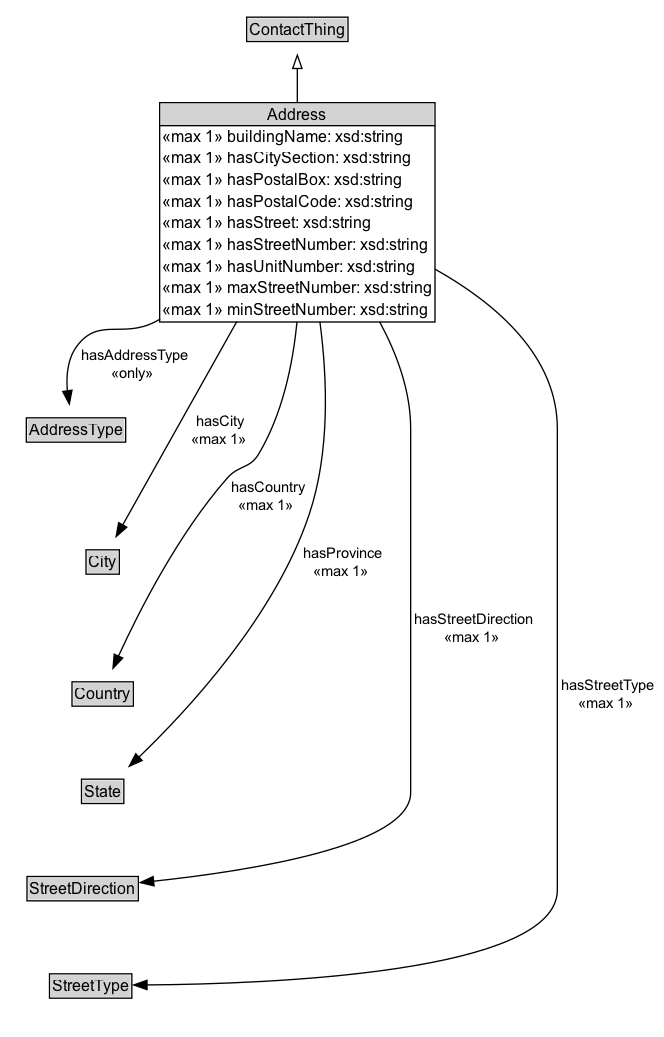
The Graphviz diagram docs/diagrams/Address.dot.png in ISO-TC204/ontology-cdm-p2-v1, before a commit. Its source is kept beside it as docs/diagrams/Address.dot.
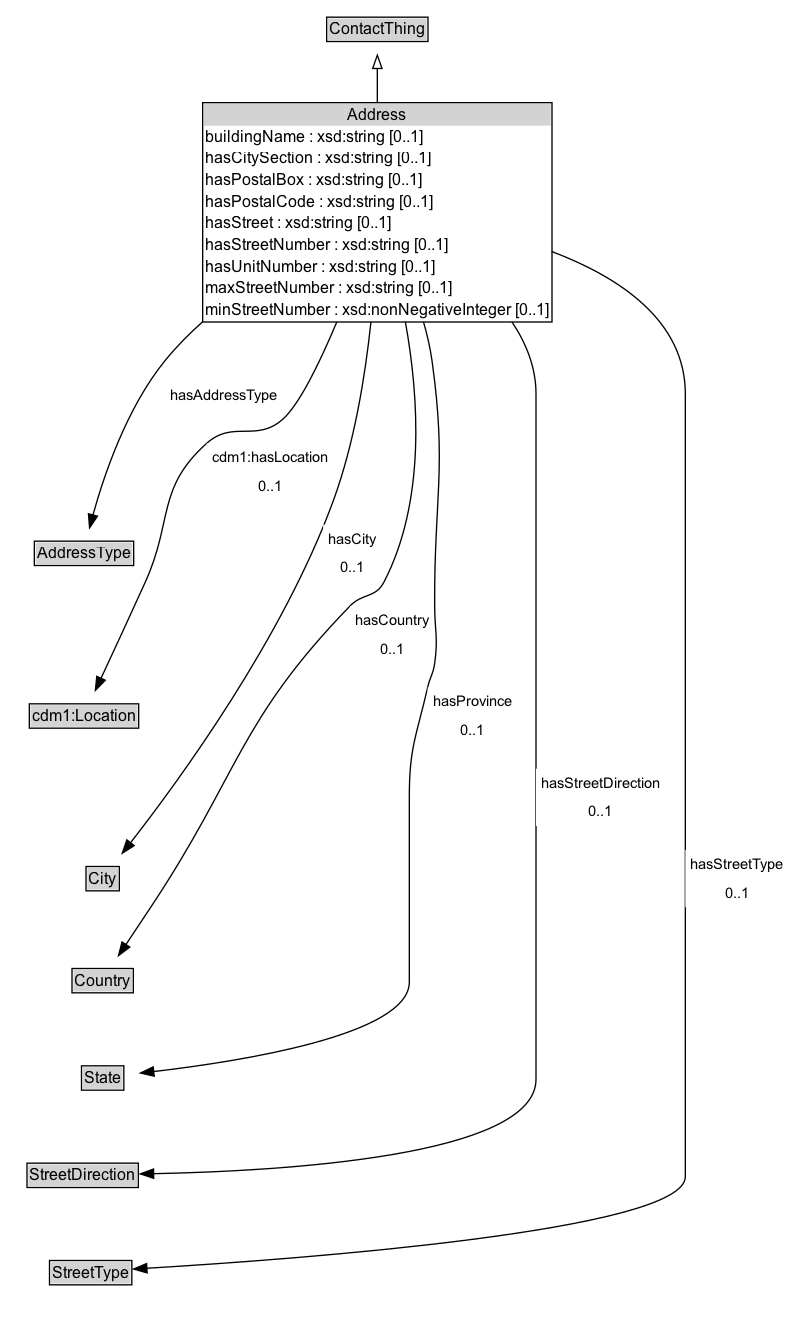
After the change.

Change to the diagram source:
```diff
@@ -3,38 +3,45 @@
 	node [fontname=Arial fontsize=12 margin=0 shape=none]
 	edge [fontname=Arial fontsize=11]
 	{
+		rank=source
+		ContactThing [label=<<TABLE BORDER="1" CELLBORDER="0" CELLSPACING="0" CELLPADDING="1"><TR><TD BGCOLOR="lightgray" ALIGN="CENTER">ContactThing</TD></TR></TABLE>> URL="../ContactThing" margin=0]
+	}
+	Address [label=<<TABLE BORDER="1" CELLBORDER="0" CELLSPACING="0" CELLPADDING="1"><TR><TD BGCOLOR="lightgray" ALIGN="CENTER">Address</TD></TR><TR><TD ALIGN="LEFT">buildingName : xsd:string [0..1]</TD></TR><TR><TD ALIGN="LEFT">hasCitySection : xsd:string [0..1]</TD></TR><TR><TD ALIGN="LEFT">hasPostalBox : xsd:string [0..1]</TD></TR><TR><TD ALIGN="LEFT">hasPostalCode : xsd:string [0..1]</TD></TR><TR><TD ALIGN="LEFT">hasStreet : xsd:string [0..1]</TD></TR><TR><TD ALIGN="LEFT">hasStreetNumber : xsd:string [0..1]</TD></TR><TR><TD ALIGN="LEFT">hasUnitNumber : xsd:string [0..1]</TD></TR><TR><TD ALIGN="LEFT">maxStreetNumber : xsd:string [0..1]</TD></TR><TR><TD ALIGN="LEFT">minStreetNumber : xsd:nonNegativeInteger [0..1]</TD></TR></TABLE>> URL="../Address" margin=0]
+	{
 		rank=max
-		Address [label=<<TABLE BORDER="1" CELLBORDER="0" CELLSPACING="0" CELLPADDING="1"><TR><TD BGCOLOR="lightgray" ALIGN="CENTER" PORT="e">Address</TD></TR><HR/><TR><TD ALIGN="LEFT">«max 1» buildingName: xsd:string</TD></TR><TR><TD ALIGN="LEFT">«max 1» hasCitySection: xsd:string</TD></TR><TR><TD ALIGN="LEFT">«max 1» hasPostalBox: xsd:string</TD></TR><TR><TD ALIGN="LEFT">«max 1» hasPostalCode: xsd:string</TD></TR><TR><TD ALIGN="LEFT">«max 1» hasStreet: xsd:string</TD></TR><TR><TD ALIGN="LEFT">«max 1» hasStreetNumber: xsd:string</TD></TR><TR><TD ALIGN="LEFT">«max 1» hasUnitNumber: xsd:string</TD></TR><TR><TD ALIGN="LEFT">«max 1» maxStreetNumber: xsd:string</TD></TR><TR><TD ALIGN="LEFT">«max 1» minStreetNumber: xsd:string</TD></TR></TABLE>> URL="../Address.md" margin=0]
 	}
 	subgraph cluster_associated {
 		label="" style=invis
 		Invis [label=<<TABLE BORDER="0" CELLBORDER="0" CELLSPACING="0" CELLPADDING="1"><TR><TD></TD></TR></TABLE>> margin=0 style=invis]
-		AddressType [label=<<TABLE BORDER="1" CELLBORDER="0" CELLSPACING="0" CELLPADDING="1"><TR><TD BGCOLOR="lightgray" ALIGN="CENTER">AddressType</TD></TR></TABLE>> URL="../AddressType.md" margin=0]
-		City [label=<<TABLE BORDER="1" CELLBORDER="0" CELLSPACING="0" CELLPADDING="1"><TR><TD BGCOLOR="lightgray" ALIGN="CENTER">City</TD></TR></TABLE>> URL="../City.md" margin=0]
-		Country [label=<<TABLE BORDER="1" CELLBORDER="0" CELLSPACING="0" CELLPADDING="1"><TR><TD BGCOLOR="lightgray" ALIGN="CENTER">Country</TD></TR></TABLE>> URL="../Country.md" margin=0]
-		State [label=<<TABLE BORDER="1" CELLBORDER="0" CELLSPACING="0" CELLPADDING="1"><TR><TD BGCOLOR="lightgray" ALIGN="CENTER">State</TD></TR></TABLE>> URL="../State.md" margin=0]
-		StreetDirection [label=<<TABLE BORDER="1" CELLBORDER="0" CELLSPACING="0" CELLPADDING="1"><TR><TD BGCOLOR="lightgray" ALIGN="CENTER">StreetDirection</TD></TR></TABLE>> URL="../StreetDirection.md" margin=0]
-		StreetType [label=<<TABLE BORDER="1" CELLBORDER="0" CELLSPACING="0" CELLPADDING="1"><TR><TD BGCOLOR="lightgray" ALIGN="CENTER">StreetType</TD></TR></TABLE>> URL="../StreetType.md" margin=0]
+		AddressType [label=<<TABLE BORDER="1" CELLBORDER="0" CELLSPACING="0" CELLPADDING="1"><TR><TD BGCOLOR="lightgray" ALIGN="CENTER">AddressType</TD></TR></TABLE>> URL="../AddressType" margin=0]
+		cdm1_Location [label=<<TABLE BORDER="1" CELLBORDER="0" CELLSPACING="0" CELLPADDING="1"><TR><TD BGCOLOR="lightgray" ALIGN="CENTER">cdm1:Location</TD></TR></TABLE>> URL="https://w3id.org/citydata/part1/v1/Location" margin=0]
+		City [label=<<TABLE BORDER="1" CELLBORDER="0" CELLSPACING="0" CELLPADDING="1"><TR><TD BGCOLOR="lightgray" ALIGN="CENTER">City</TD></TR></TABLE>> URL="../City" margin=0]
+		Country [label=<<TABLE BORDER="1" CELLBORDER="0" CELLSPACING="0" CELLPADDING="1"><TR><TD BGCOLOR="lightgray" ALIGN="CENTER">Country</TD></TR></TABLE>> URL="../Country" margin=0]
+		State [label=<<TABLE BORDER="1" CELLBORDER="0" CELLSPACING="0" CELLPADDING="1"><TR><TD BGCOLOR="lightgray" ALIGN="CENTER">State</TD></TR></TABLE>> URL="../State" margin=0]
+		StreetDirection [label=<<TABLE BORDER="1" CELLBORDER="0" CELLSPACING="0" CELLPADDING="1"><TR><TD BGCOLOR="lightgray" ALIGN="CENTER">StreetDirection</TD></TR></TABLE>> URL="../StreetDirection" margin=0]
+		StreetType [label=<<TABLE BORDER="1" CELLBORDER="0" CELLSPACING="0" CELLPADDING="1"><TR><TD BGCOLOR="lightgray" ALIGN="CENTER">StreetType</TD></TR></TABLE>> URL="../StreetType" margin=0]
 	}
-	ContactThing [label=<<TABLE BORDER="1" CELLBORDER="0" CELLSPACING="0" CELLPADDING="1"><TR><TD BGCOLOR="lightgray" ALIGN="CENTER">ContactThing</TD></TR></TABLE>> URL="../ContactThing.md" margin=0]
 	Address -> ContactThing [arrowhead=onormal style=solid]
 	Address -> Invis [style=invis]
 	Invis -> AddressType [style=invis]
-	AddressType -> City [style=invis]
+	AddressType -> cdm1_Location [style=invis]
+	cdm1_Location -> City [style=invis]
 	City -> Country [style=invis]
 	Country -> State [style=invis]
 	State -> StreetDirection [style=invis]
 	StreetDirection -> StreetType [style=invis]
-	Address -> AddressType [label=" hasAddressType
- «only»  " arrowhead=normal style=solid]
-	Address -> City [label=" hasCity
- «max 1»  " arrowhead=normal style=solid]
-	Address -> Country [label=" hasCountry
- «max 1»  " arrowhead=normal style=solid]
-	Address -> State [label=" hasProvince
- «max 1»  " arrowhead=normal style=solid]
-	Address -> StreetDirection [label=" hasStreetDirection
- «max 1»  " arrowhead=normal style=solid]
-	Address -> StreetType [label=" hasStreetType
- «max 1»  " arrowhead=normal style=solid]
+	City [label=<<TABLE BORDER="1" CELLBORDER="0" CELLSPACING="0" CELLPADDING="1"><TR><TD BGCOLOR="lightgray" ALIGN="CENTER">City</TD></TR></TABLE>> URL="../City" margin=0]
+	Address -> City [label=<<TABLE BORDER="0" CELLBORDER="0" CELLSPACING="0" CELLPADDING="4" BGCOLOR="white"><TR><TD ALIGN="CENTER">hasCity</TD></TR><TR><TD ALIGN="CENTER">0..1</TD></TR></TABLE>> arrowhead=normal style=solid]
+	AddressType [label=<<TABLE BORDER="1" CELLBORDER="0" CELLSPACING="0" CELLPADDING="1"><TR><TD BGCOLOR="lightgray" ALIGN="CENTER">AddressType</TD></TR></TABLE>> URL="../AddressType" margin=0]
+	Address -> AddressType [label=<<TABLE BORDER="0" CELLBORDER="0" CELLSPACING="0" CELLPADDING="4" BGCOLOR="white"><TR><TD ALIGN="CENTER">hasAddressType</TD></TR></TABLE>> arrowhead=normal style=solid]
+	StreetType [label=<<TABLE BORDER="1" CELLBORDER="0" CELLSPACING="0" CELLPADDING="1"><TR><TD BGCOLOR="lightgray" ALIGN="CENTER">StreetType</TD></TR></TABLE>> URL="../StreetType" margin=0]
+	Address -> StreetType [label=<<TABLE BORDER="0" CELLBORDER="0" CELLSPACING="0" CELLPADDING="4" BGCOLOR="white"><TR><TD ALIGN="CENTER">hasStreetType</TD></TR><TR><TD ALIGN="CENTER">0..1</TD></TR></TABLE>> arrowhead=normal style=solid]
+	Country [label=<<TABLE BORDER="1" CELLBORDER="0" CELLSPACING="0" CELLPADDING="1"><TR><TD BGCOLOR="lightgray" ALIGN="CENTER">Country</TD></TR></TABLE>> URL="../Country" margin=0]
+	Address -> Country [label=<<TABLE BORDER="0" CELLBORDER="0" CELLSPACING="0" CELLPADDING="4" BGCOLOR="white"><TR><TD ALIGN="CENTER">hasCountry</TD></TR><TR><TD ALIGN="CENTER">0..1</TD></TR></TABLE>> arrowhead=normal style=solid]
+	cdm1_Location [label=<<TABLE BORDER="1" CELLBORDER="0" CELLSPACING="0" CELLPADDING="1"><TR><TD BGCOLOR="lightgray" ALIGN="CENTER">cdm1:Location</TD></TR></TABLE>> URL="https://w3id.org/citydata/part1/v1/Location" margin=0]
+	Address -> cdm1_Location [label=<<TABLE BORDER="0" CELLBORDER="0" CELLSPACING="0" CELLPADDING="4" BGCOLOR="white"><TR><TD ALIGN="CENTER">cdm1:hasLocation</TD></TR><TR><TD ALIGN="CENTER">0..1</TD></TR></TABLE>> arrowhead=normal style=solid]
+	StreetDirection [label=<<TABLE BORDER="1" CELLBORDER="0" CELLSPACING="0" CELLPADDING="1"><TR><TD BGCOLOR="lightgray" ALIGN="CENTER">StreetDirection</TD></TR></TABLE>> URL="../StreetDirection" margin=0]
+	Address -> StreetDirection [label=<<TABLE BORDER="0" CELLBORDER="0" CELLSPACING="0" CELLPADDING="4" BGCOLOR="white"><TR><TD ALIGN="CENTER">hasStreetDirection</TD></TR><TR><TD ALIGN="CENTER">0..1</TD></TR></TABLE>> arrowhead=normal style=solid]
+	State [label=<<TABLE BORDER="1" CELLBORDER="0" CELLSPACING="0" CELLPADDING="1"><TR><TD BGCOLOR="lightgray" ALIGN="CENTER">State</TD></TR></TABLE>> URL="../State" margin=0]
+	Address -> State [label=<<TABLE BORDER="0" CELLBORDER="0" CELLSPACING="0" CELLPADDING="4" BGCOLOR="white"><TR><TD ALIGN="CENTER">hasProvince</TD></TR><TR><TD ALIGN="CENTER">0..1</TD></TR></TABLE>> arrowhead=normal style=solid]
 }
```
